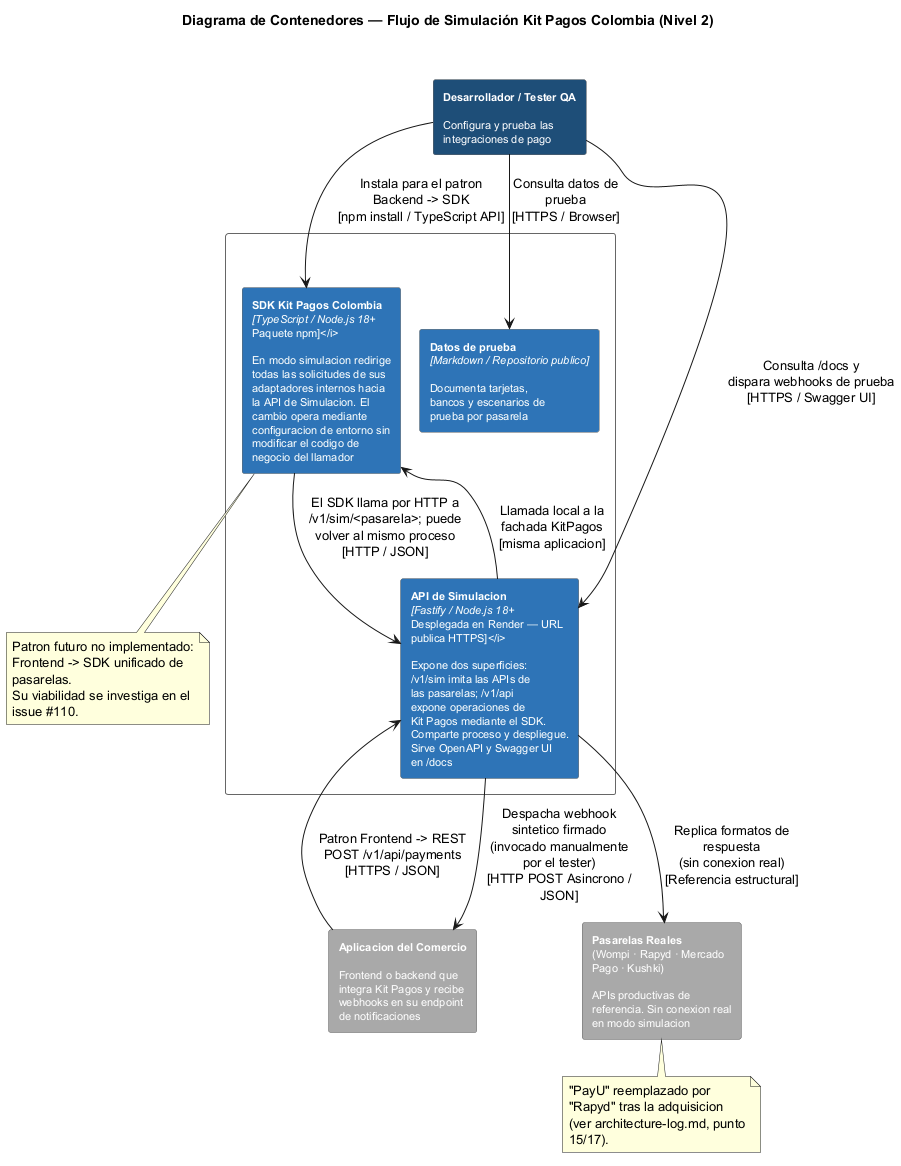
Before: docs/architecture/Simulador API/Container Diagram - C4.png, a diagram exported from PlantUML (PurosBrothers/Kit-Pagos-Colombia---Tesis).
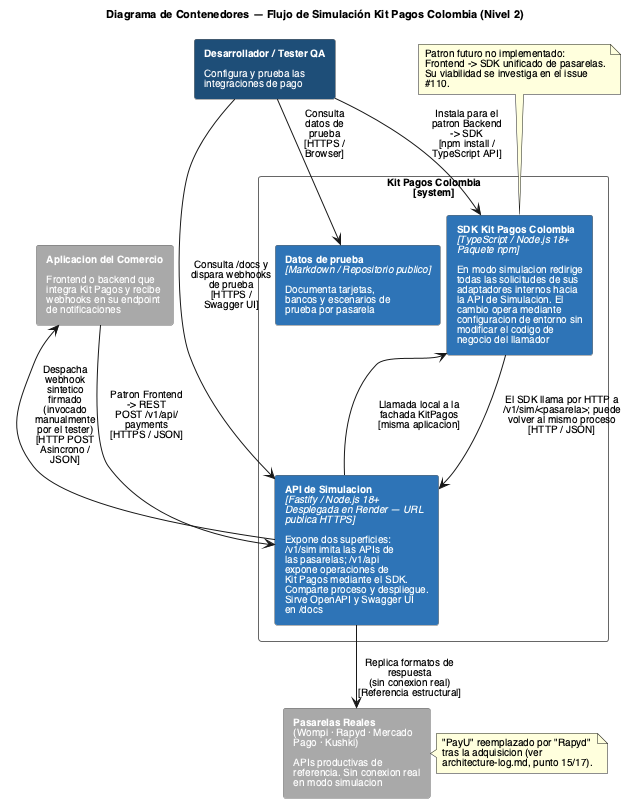
After the commit.

Change to the diagram source:
```diff
@@ -1,9 +1,15 @@
 @startuml Container Diagram - Simulador API
-!pragma layout smetana
 title Diagrama de Contenedores — Flujo de Simulación Kit Pagos Colombia (Nivel 2)
 skinparam backgroundColor white
-skinparam rectangleFontSize 11
+skinparam defaultFontName Helvetica
+skinparam defaultFontSize 10
+skinparam titleFontSize 11
+skinparam rectangleFontSize 10
+skinparam ArrowFontSize 10
+skinparam NoteFontSize 10
 skinparam wrapWidth 190
+skinparam nodesep 6
+skinparam ranksep 18
 skinparam rectangle {
   BorderColor #666666
   ArrowColor #666666
@@ -12,31 +18,33 @@
 
 rectangle "**Desarrollador / Tester QA**\n\nConfigura y prueba las\nintegraciones de pago" as Dev #1F4E79
 
-rectangle "Kit Pagos Colombia\n[system]" as System #FFFFFF {
-  rectangle "**SDK Kit Pagos Colombia**\n<i>[TypeScript / Node.js 18+\nPaquete npm]</i>\n\nEn modo simulacion redirige\ntodas las solicitudes de sus\nadaptadores internos hacia\nla API de Simulacion. El\ncambio opera mediante\nconfiguracion de entorno sin\nmodificar el codigo de\nnegocio del llamador" as SDK #2E75B6
+rectangle "Kit Pagos Colombia\n[system]" as System #FFFFFF;text:black {
+  rectangle "**SDK Kit Pagos Colombia**\n<i>[TypeScript / Node.js 18+</i>\n<i>Paquete npm]</i>\n\nEn modo simulacion redirige\ntodas las solicitudes de sus\nadaptadores internos hacia\nla API de Simulacion. El\ncambio opera mediante\nconfiguracion de entorno sin\nmodificar el codigo de\nnegocio del llamador" as SDK #2E75B6
   rectangle "**Datos de prueba**\n<i>[Markdown / Repositorio publico]</i>\n\nDocumenta tarjetas,\nbancos y escenarios de\nprueba por pasarela" as Docs #2E75B6
-  rectangle "**API de Simulacion**\n<i>[Fastify / Node.js 18+\nDesplegada en Render — URL\npublica HTTPS]</i>\n\nExpone dos superficies:\n/v1/sim imita las APIs de\nlas pasarelas; /v1/api\nexpone operaciones de\nKit Pagos mediante el SDK.\nComparte proceso y despliegue.\nSirve OpenAPI y Swagger UI\nen /docs" as SimAPI #2E75B6
+  rectangle "**API de Simulacion**\n<i>[Fastify / Node.js 18+</i>\n<i>Desplegada en Render — URL</i>\n<i>publica HTTPS]</i>\n\nExpone dos superficies:\n/v1/sim imita las APIs de\nlas pasarelas; /v1/api\nexpone operaciones de\nKit Pagos mediante el SDK.\nComparte proceso y despliegue.\nSirve OpenAPI y Swagger UI\nen /docs" as SimAPI #2E75B6
 }
 
 rectangle "**Aplicacion del Comercio**\n\nFrontend o backend que\nintegra Kit Pagos y recibe\nwebhooks en su endpoint\nde notificaciones" as Comercio #A9A9A9
 rectangle "**Pasarelas Reales**\n(Wompi · Rapyd · Mercado\nPago · Kushki)\n\nAPIs productivas de\nreferencia. Sin conexion real\nen modo simulacion" as Pasarelas #A9A9A9
 
-Dev --> SDK : Instala para el patron\nBackend -> SDK\n[npm install / TypeScript API]
-Dev --> Docs : Consulta datos de\nprueba\n[HTTPS / Browser]
-Dev --> SimAPI : Consulta /docs y\ndispara webhooks de prueba\n[HTTPS / Swagger UI]
+Dev --> SDK : Instala para el\npatron Backend\n-> SDK\n[npm install /\nTypeScript API]
+Dev --> Docs : Consulta\ndatos de\nprueba\n[HTTPS /\nBrowser]
+Dev --> SimAPI : Consulta /docs y\ndispara webhooks\nde prueba\n[HTTPS /\nSwagger UI]
 
-Comercio --> SimAPI : Patron Frontend -> REST\nPOST /v1/api/payments\n[HTTPS / JSON]
-SimAPI --> SDK : Llamada local a la\nfachada KitPagos\n[misma aplicacion]
+Comercio --> SimAPI : Patron Frontend\n-> REST\nPOST /v1/api/\npayments\n[HTTPS / JSON]
+SDK <-- SimAPI : Llamada local a la\nfachada KitPagos\n[misma aplicacion]
 SDK --> SimAPI : El SDK llama por HTTP a\n/v1/sim/<pasarela>; puede\nvolver al mismo proceso\n[HTTP / JSON]
-SimAPI --> Comercio : Despacha webhook\nsintetico firmado\n(invocado manualmente\npor el tester)\n[HTTP POST Asincrono /\nJSON]
+Comercio <-- SimAPI : Despacha\nwebhook\nsintetico\nfirmado\n(invocado\nmanualmente\npor el tester)\n[HTTP POST\nAsincrono /\nJSON]
 SimAPI --> Pasarelas : Replica formatos de\nrespuesta\n(sin conexion real)\n[Referencia estructural]
 
-note bottom of Pasarelas
-  "PayU" reemplazado por "Rapyd" tras la adquisicion
-  (ver architecture-log.md, punto 15/17).
+Dev -[hidden]right- Comercio
+note right of Pasarelas
+  "PayU" reemplazado por "Rapyd"
+  tras la adquisicion (ver
+  architecture-log.md, punto 15/17).
 end note
 
-note bottom of SDK
+note top of SDK
   Patron futuro no implementado:
   Frontend -> SDK unificado de pasarelas.
   Su viabilidad se investiga en el issue #110.
```
